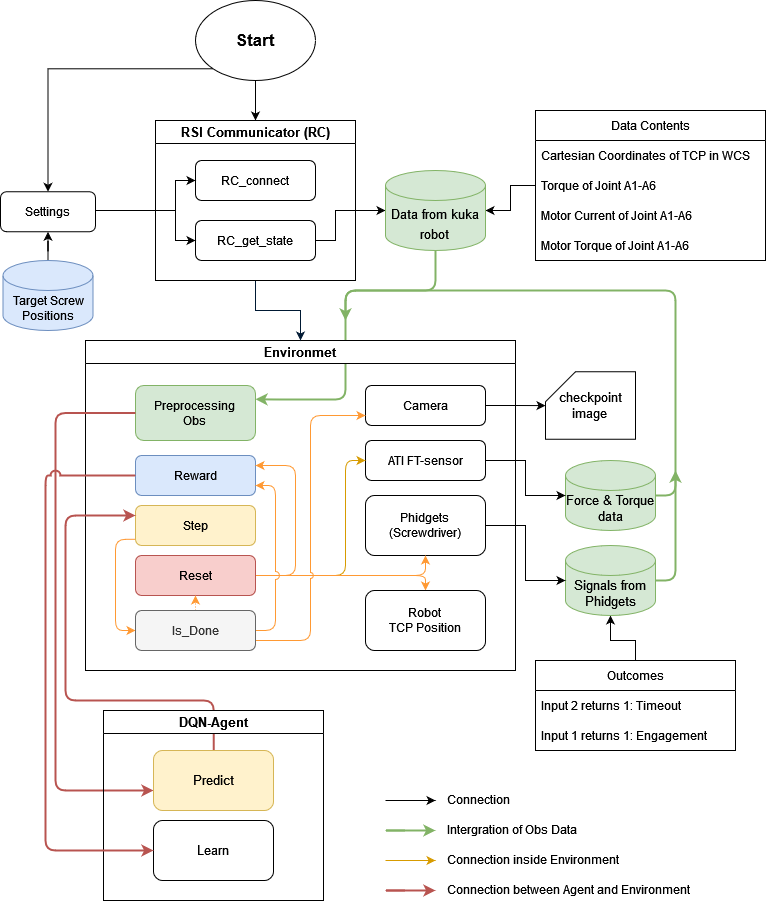
Earlier version of the draw.io export New_Worflow.png (TONiiV/flowcharts). Source tidied: cells renumbered, new cells last; positions are measured from the earlier drawing's top-left corner, leaving out a move shared by most shapes.
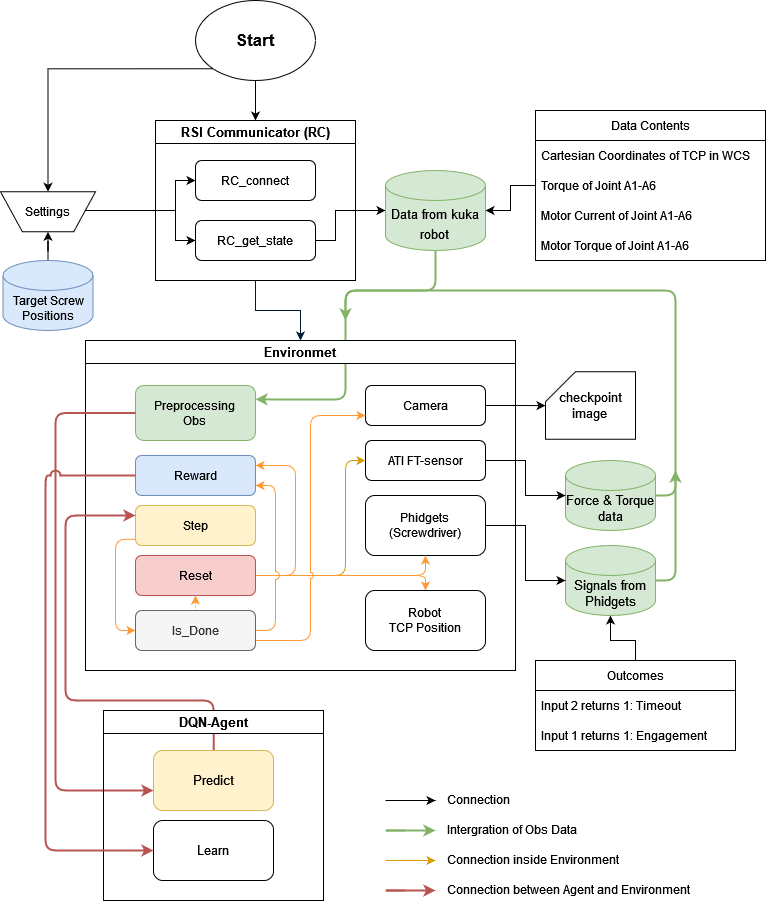
Later version of the same file.

The edit, as a diff of the source:
```diff
@@ -218,7 +218,7 @@
         </Array>
       </mxGeometry>
     </mxCell>
-    <mxCell id="52" value="Settings" style="rounded=1;whiteSpace=wrap;html=1;" parent="1" vertex="1">
+    <mxCell id="52" value="Settings" style="verticalLabelPosition=middle;verticalAlign=middle;html=1;shape=trapezoid;perimeter=trapezoidPerimeter;whiteSpace=wrap;size=0.23;arcSize=10;flipV=1;labelPosition=center;align=center;fontFamily=Helvetica;fontSize=12;fontColor=default;strokeColor=default;fillColor=default;" parent="1" vertex="1">
       <mxGeometry y="191.2" width="95" height="40" as="geometry" />
     </mxCell>
     <mxCell id="53" style="edgeStyle=orthogonalEdgeStyle;rounded=1;jumpStyle=arc;jumpSize=8;jettySize=auto;html=1;exitX=0;exitY=0.5;exitDx=0;exitDy=0;strokeColor=#b85450;fillColor=#f8cecc;strokeWidth=2;" parent="1" edge="1" source="15" target="56">
```
